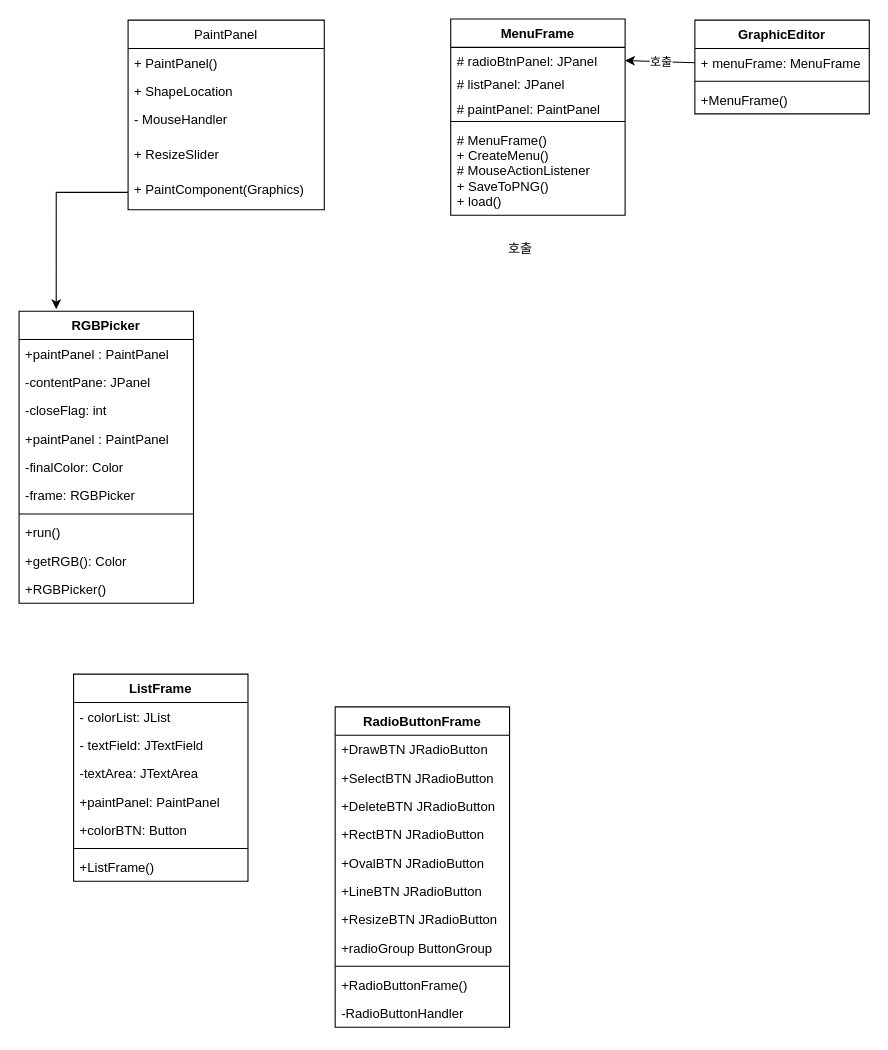
Earlier version of the draw.io diagram Graphic Editor/GraphicEditor_ClassDiagram.drawio (BUZZINGPolarBear/Kau_2020_AutomnSemester). Source tidied: cells renumbered, new cells numbered last; positions are measured from the earlier drawing's top-left corner, leaving out a move shared by most shapes. Both pictures are drawn from the tidied source at 109%, with x=0, y=0 at pixel (19, 19).
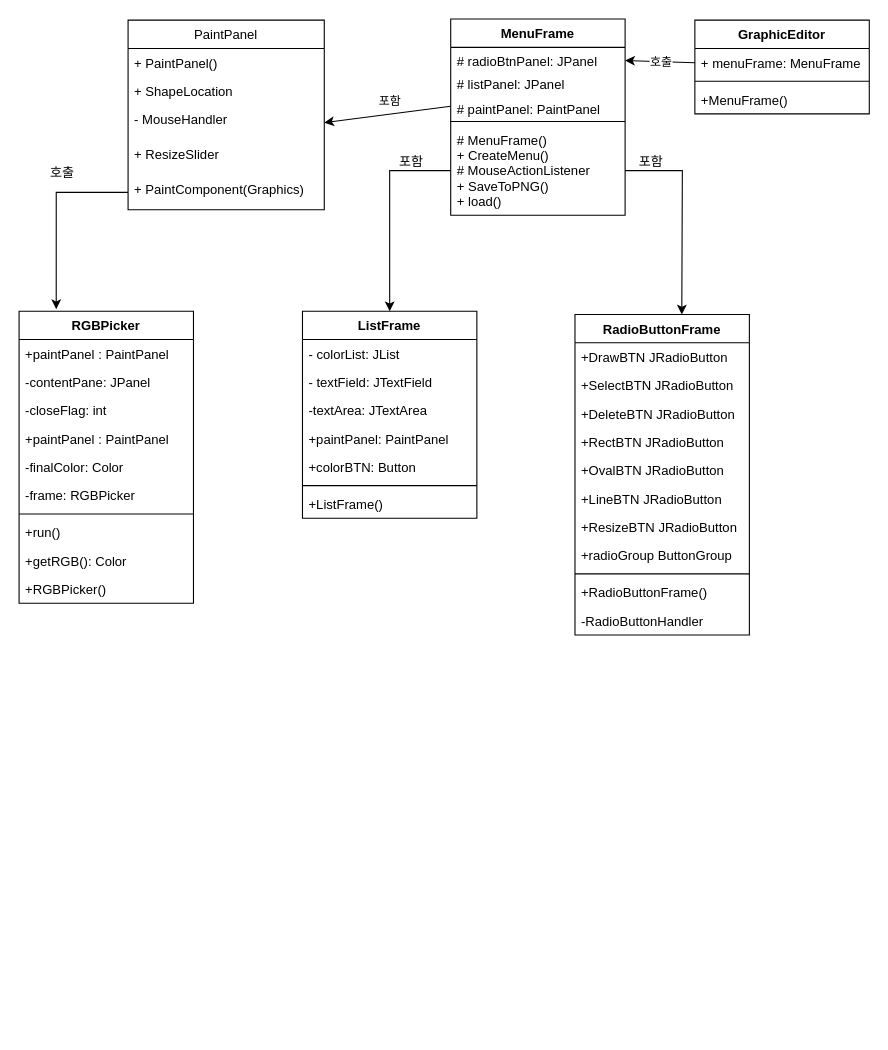
The same diagram, later.

Unchanged cells that the change refers to:
```xml
<mxCell id="9" value="# paintPanel: PaintPanel" style="text;strokeColor=none;fillColor=none;align=left;verticalAlign=top;spacingLeft=4;spacingRight=4;overflow=hidden;points=[[0,0.5],[1,0.5]];portConstraint=eastwest;" parent="6" vertex="1">
  <mxGeometry y="70" width="160" height="20" as="geometry" />
</mxCell>
<mxCell id="11" value="# MenuFrame()&#10;+ CreateMenu()&#10;# MouseActionListener&#10;+ SaveToPNG()&#10;+ load()&#10;&#10;" style="text;strokeColor=none;fillColor=none;align=left;verticalAlign=top;spacingLeft=4;spacingRight=4;overflow=hidden;points=[[0,0.5],[1,0.5]];portConstraint=eastwest;" parent="6" vertex="1">
  <mxGeometry y="98" width="160" height="82" as="geometry" />
</mxCell>
<mxCell id="15" value="- MouseHandler&#10;&#10;" style="text;strokeColor=none;fillColor=none;align=left;verticalAlign=top;spacingLeft=4;spacingRight=4;overflow=hidden;points=[[0,0.5],[1,0.5]];portConstraint=eastwest;" parent="12" vertex="1">
  <mxGeometry y="78" width="180" height="32" as="geometry" />
</mxCell>
<mxCell id="17" value="+ PaintComponent(Graphics)" style="text;strokeColor=none;fillColor=none;align=left;verticalAlign=top;spacingLeft=4;spacingRight=4;overflow=hidden;points=[[0,0.5],[1,0.5]];portConstraint=eastwest;" parent="12" vertex="1">
  <mxGeometry y="142" width="180" height="32" as="geometry" />
</mxCell>
<mxCell id="26" value="RGBPicker" style="swimlane;fontStyle=1;align=center;verticalAlign=top;horizontal=1;startSize=26;" parent="1" vertex="1">
  <mxGeometry y="268" width="160" height="268" as="geometry" />
</mxCell>
```

Change to the diagram source:
```diff
@@
     <mxCell id="18" value="ListFrame" style="swimlane;fontStyle=1;align=center;verticalAlign=top;horizontal=1;startSize=26;" parent="1" vertex="1">
-      <mxGeometry x="50" y="601" width="160" height="190" as="geometry" />
+      <mxGeometry x="260" y="268" width="160" height="190" as="geometry" />
     </mxCell>
@@
     <mxCell id="37" value="RadioButtonFrame" style="swimlane;fontStyle=1;align=center;verticalAlign=top;horizontal=1;startSize=26;" parent="1" vertex="1">
-      <mxGeometry x="290" y="631" width="160" height="294" as="geometry" />
+      <mxGeometry x="510" y="271" width="160" height="294" as="geometry" />
     </mxCell>
@@
+    <mxCell id="52" style="edgeStyle=orthogonalEdgeStyle;rounded=0;jettySize=auto;html=1;entryX=0.213;entryY=-0.007;entryDx=0;entryDy=0;entryPerimeter=0;" parent="1" edge="1" source="17" target="26">
+      <mxGeometry relative="1" as="geometry" />
+    </mxCell>
     <mxCell id="51" value="호출" style="text;html=1;strokeColor=none;fillColor=none;align=center;verticalAlign=middle;whiteSpace=wrap;rounded=0;" parent="1" vertex="1">
-      <mxGeometry x="440" y="201" width="40" height="20" as="geometry" />
+      <mxGeometry x="20" y="131" width="40" height="20" as="geometry" />
     </mxCell>
-    <mxCell id="52" style="edgeStyle=orthogonalEdgeStyle;rounded=0;jettySize=auto;html=1;entryX=0.213;entryY=-0.007;entryDx=0;entryDy=0;entryPerimeter=0;" parent="1" edge="1" source="17" target="26">
-      <mxGeometry relative="1" as="geometry" />
-    </mxCell>
+    <mxCell id="53" style="endArrow=classic;html=1;entryX=1;entryY=0.5;entryDx=0;entryDy=0;exitX=0;exitY=0.5;exitDx=0;exitDy=0;" parent="1" edge="1" source="9" target="15">
+      <mxGeometry relative="1" as="geometry" />
+    </mxCell>
+    <mxCell id="54" value="포함" style="edgeLabel;html=1;align=center;verticalAlign=middle;" parent="53" vertex="1">
+      <mxGeometry relative="1" as="geometry">
+        <mxPoint x="1.5" y="-13.4" as="offset" />
+      </mxGeometry>
+    </mxCell>
+    <mxCell id="55" style="edgeStyle=orthogonalEdgeStyle;rounded=0;jettySize=auto;html=1;exitX=0;exitY=0.5;exitDx=0;exitDy=0;entryX=0.5;entryY=0;entryDx=0;entryDy=0;" parent="1" edge="1" source="11" target="18">
+      <mxGeometry relative="1" as="geometry" />
+    </mxCell>
+    <mxCell id="56" style="edgeStyle=orthogonalEdgeStyle;rounded=0;jettySize=auto;html=1;exitX=1;exitY=0.5;exitDx=0;exitDy=0;" parent="1" edge="1" source="11">
+      <mxGeometry relative="1" as="geometry">
+        <mxPoint x="608" y="271" as="targetPoint" />
+      </mxGeometry>
+    </mxCell>
+    <mxCell id="57" value="포함" style="text;html=1;strokeColor=none;fillColor=none;align=center;verticalAlign=middle;whiteSpace=wrap;rounded=0;" parent="1" vertex="1">
+      <mxGeometry x="340" y="121" width="40" height="20" as="geometry" />
+    </mxCell>
+    <mxCell id="58" value="포함" style="text;html=1;strokeColor=none;fillColor=none;align=center;verticalAlign=middle;whiteSpace=wrap;rounded=0;" parent="1" vertex="1">
+      <mxGeometry x="560" y="121" width="40" height="20" as="geometry" />
+    </mxCell>
```
